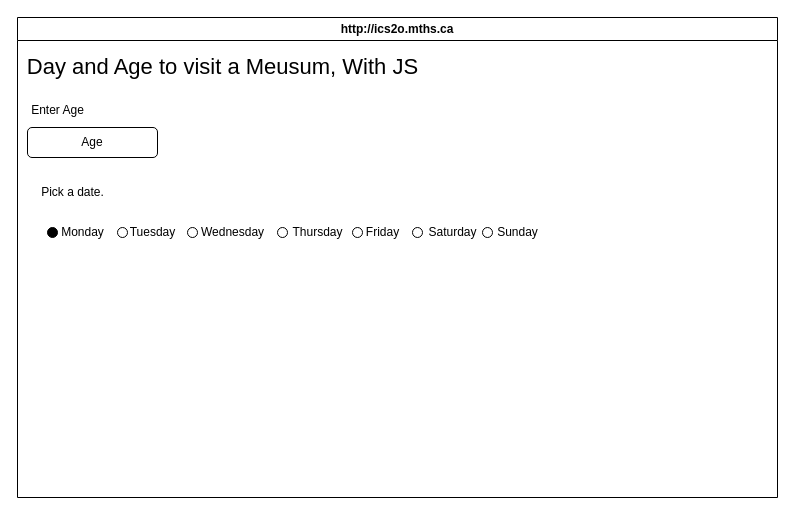
This is design/storyboard.drawio from MTHS-ICD2O-1-2024/ICD2O-Unit-5-04-benjamin-abebe-02, a draw.io file, before an edit. Source tidied: cells renumbered, new cells numbered last; positions are measured from the earlier drawing's top-left corner, leaving out a move shared by most shapes. Both pictures are drawn from the tidied source at 100%, with x=0, y=0 at pixel (17, 17). Pictures stored in the file or linked from it are replaced by grey dashed boxes.
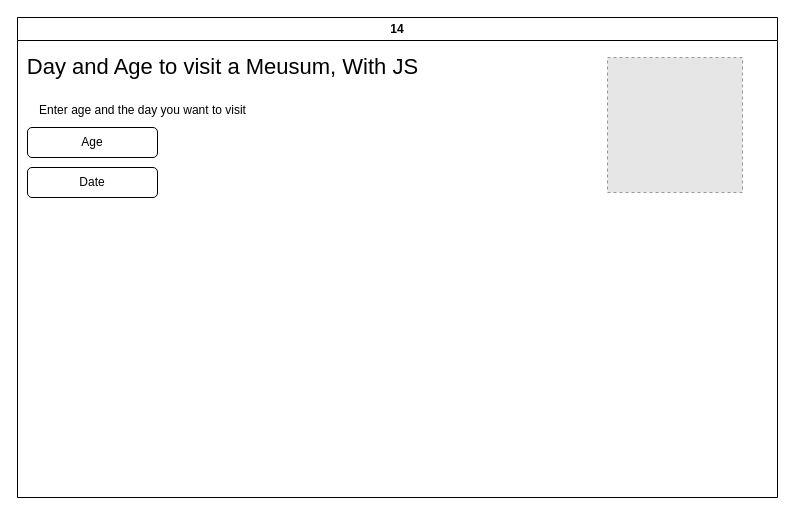
Above is the later version.

Change to the diagram source:
```diff
@@
-    <mxCell id="2" value="http://ics2o.mths.ca" style="swimlane;whiteSpace=wrap;html=1;" parent="1" vertex="1">
+    <mxCell id="2" value="14" style="swimlane;whiteSpace=wrap;html=1;" parent="1" vertex="1">
       <mxGeometry width="760" height="480" as="geometry" />
     </mxCell>
@@
-    <mxCell id="4" value="&lt;font style=&quot;font-size: 12px;&quot;&gt;Enter Age&lt;/font&gt;" style="text;html=1;align=center;verticalAlign=middle;strokeColor=none;fillColor=none;fontSize=22;" parent="2" vertex="1">
-      <mxGeometry y="70" width="80" height="40" as="geometry" />
+    <mxCell id="4" value="&lt;font style=&quot;font-size: 12px;&quot;&gt;Enter age and the day you want to visit&lt;/font&gt;" style="text;html=1;align=center;verticalAlign=middle;strokeColor=none;fillColor=none;fontSize=22;" parent="2" vertex="1">
+      <mxGeometry x="10" y="70" width="230" height="40" as="geometry" />
     </mxCell>
@@
-    <mxCell id="6" value="Pick a date." style="text;html=1;align=center;verticalAlign=middle;strokeColor=none;fillColor=none;fontSize=12;" parent="2" vertex="1">
-      <mxGeometry x="10" y="160" width="90" height="30" as="geometry" />
-    </mxCell>
-    <mxCell id="7" style="ellipse;whiteSpace=wrap;html=1;fontSize=12;fillColor=#000000;" parent="2" vertex="1">
-      <mxGeometry x="30" y="210" width="10" height="10" as="geometry" />
-    </mxCell>
-    <mxCell id="8" value="Monday" style="text;html=1;align=center;verticalAlign=middle;strokeColor=none;fillColor=none;fontSize=12;" parent="2" vertex="1">
-      <mxGeometry x="30" y="200" width="70" height="30" as="geometry" />
-    </mxCell>
-    <mxCell id="9" value="Tuesday" style="text;html=1;align=center;verticalAlign=middle;strokeColor=none;fillColor=none;fontSize=12;" parent="2" vertex="1">
-      <mxGeometry x="100" y="200" width="70" height="30" as="geometry" />
-    </mxCell>
-    <mxCell id="10" value="Wednesday" style="text;html=1;align=center;verticalAlign=middle;strokeColor=none;fillColor=none;fontSize=12;" parent="2" vertex="1">
-      <mxGeometry x="170" y="200" width="90" height="30" as="geometry" />
-    </mxCell>
-    <mxCell id="11" value="Thursday" style="text;html=1;align=center;verticalAlign=middle;strokeColor=none;fillColor=none;fontSize=12;" parent="2" vertex="1">
-      <mxGeometry x="265" y="200" width="70" height="30" as="geometry" />
-    </mxCell>
-    <mxCell id="12" value="Friday" style="text;html=1;align=center;verticalAlign=middle;strokeColor=none;fillColor=none;fontSize=12;" parent="2" vertex="1">
-      <mxGeometry x="335" y="200" width="60" height="30" as="geometry" />
-    </mxCell>
-    <mxCell id="13" value="Saturday" style="text;html=1;align=center;verticalAlign=middle;strokeColor=none;fillColor=none;fontSize=12;" parent="2" vertex="1">
-      <mxGeometry x="400" y="200" width="70" height="30" as="geometry" />
-    </mxCell>
-    <mxCell id="14" value="Sunday" style="text;html=1;align=center;verticalAlign=middle;strokeColor=none;fillColor=none;fontSize=12;" parent="2" vertex="1">
-      <mxGeometry x="470" y="200" width="60" height="30" as="geometry" />
-    </mxCell>
-    <mxCell id="15" style="ellipse;whiteSpace=wrap;html=1;fontSize=12;fillColor=#FFFFFF;" parent="2" vertex="1">
-      <mxGeometry x="465" y="210" width="10" height="10" as="geometry" />
-    </mxCell>
-    <mxCell id="16" style="ellipse;whiteSpace=wrap;html=1;fontSize=12;fillColor=#FFFFFF;" parent="2" vertex="1">
-      <mxGeometry x="395" y="210" width="10" height="10" as="geometry" />
-    </mxCell>
-    <mxCell id="17" style="ellipse;whiteSpace=wrap;html=1;fontSize=12;fillColor=#FFFFFF;" parent="2" vertex="1">
-      <mxGeometry x="335" y="210" width="10" height="10" as="geometry" />
-    </mxCell>
-    <mxCell id="18" style="ellipse;whiteSpace=wrap;html=1;fontSize=12;fillColor=#FFFFFF;" parent="2" vertex="1">
-      <mxGeometry x="260" y="210" width="10" height="10" as="geometry" />
-    </mxCell>
-    <mxCell id="19" style="ellipse;whiteSpace=wrap;html=1;fontSize=12;fillColor=#FFFFFF;" parent="2" vertex="1">
-      <mxGeometry x="170" y="210" width="10" height="10" as="geometry" />
-    </mxCell>
-    <mxCell id="20" style="ellipse;whiteSpace=wrap;html=1;fontSize=12;fillColor=#FFFFFF;" parent="2" vertex="1">
-      <mxGeometry x="100" y="210" width="10" height="10" as="geometry" />
-    </mxCell>
+    <mxCell id="21" value="Date" style="rounded=1;whiteSpace=wrap;html=1;fontSize=12;" parent="2" vertex="1">
+      <mxGeometry x="10" y="150" width="130" height="30" as="geometry" />
+    </mxCell>
+    <mxCell id="22" style="fillColor=#E6E6E6;strokeColor=#999999;dashed=1;verticalLabelPosition=bottom;labelBackgroundColor=default;verticalAlign=top;" parent="2" vertex="1">
+      <mxGeometry x="590" y="40" width="135" height="135" as="geometry" />
+    </mxCell>
```
